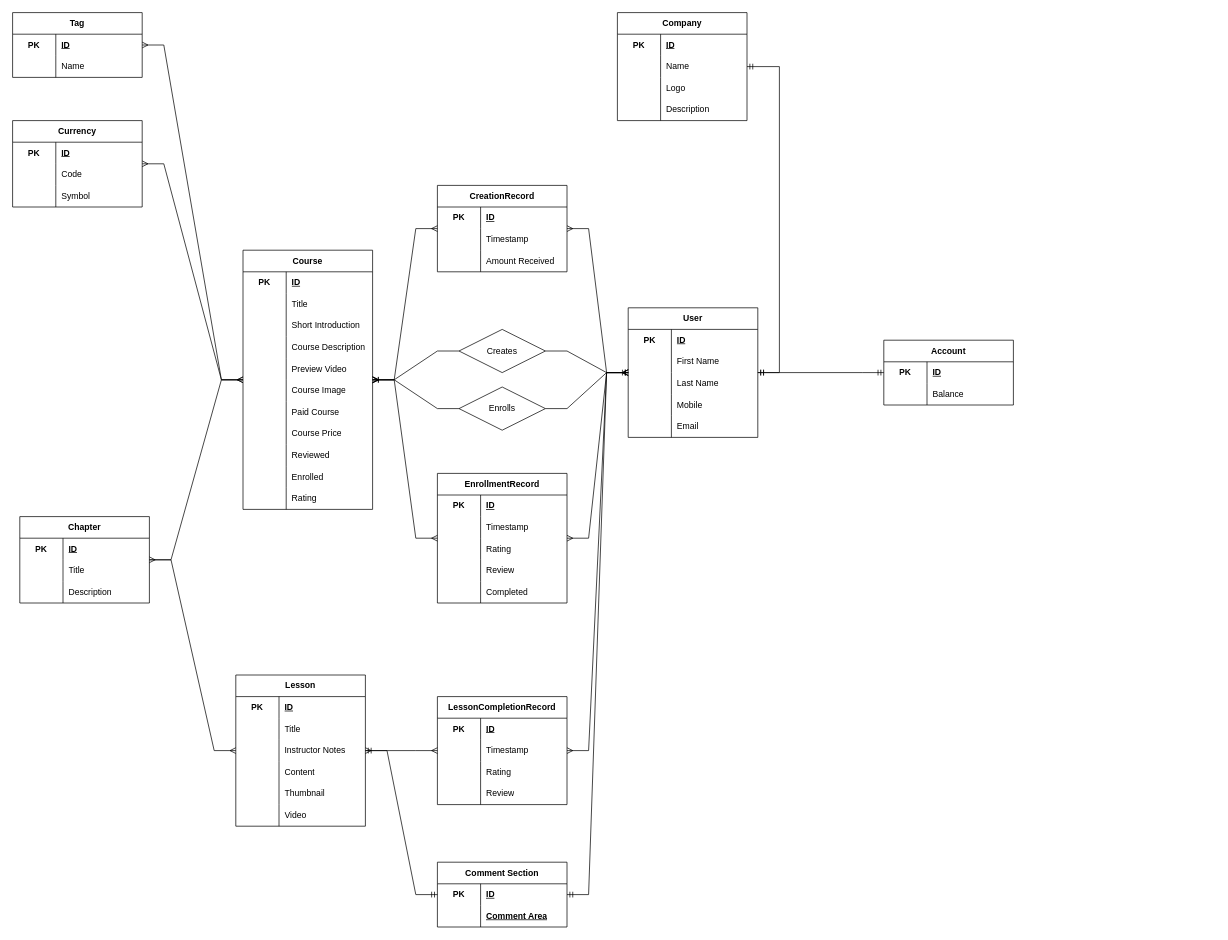
This is Khadoo ERD.drawio from TechManTejas/Draw-IO-Diagrams, a draw.io file, before an edit. Source tidied: cells renumbered, new cells numbered last; positions are measured from the earlier drawing's top-left corner, leaving out a move shared by most shapes. Both pictures are drawn from the tidied source at 72%, with x=0, y=0 at pixel (12, 12).
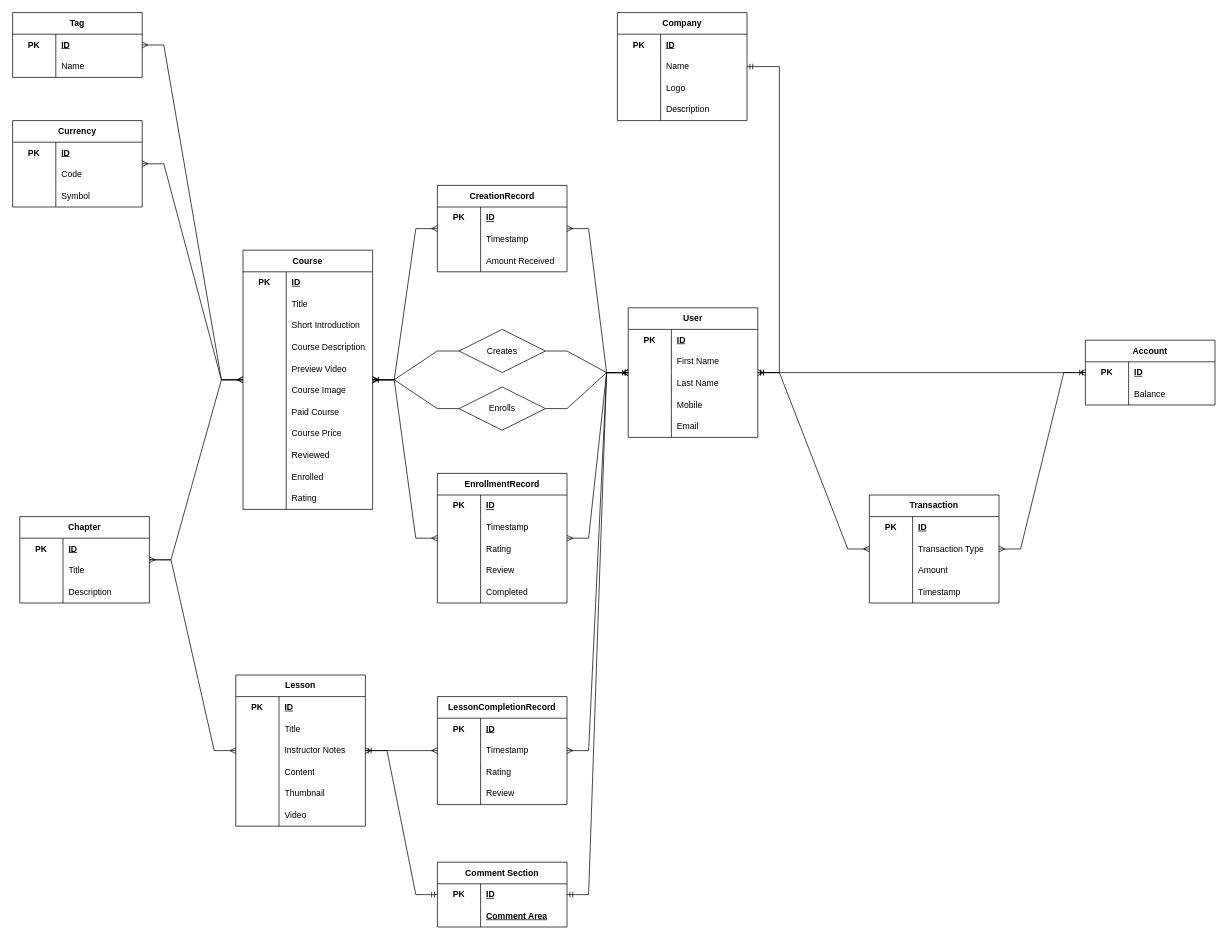
The same page after the edit.

The change refers to these unchanged cells:
```xml
<mxCell id="15" value="&lt;div&gt;User&lt;/div&gt;" style="shape=table;startSize=30;childLayout=tableLayout;rowLines=0;fontStyle=1;align=center;html=1;whiteSpace=wrap;" parent="1" vertex="1">
  <mxGeometry x="855" y="410" width="180" height="180" as="geometry" />
</mxCell>
```

What changed in the source:
```diff
@@
     <mxCell id="176" value="Account" style="shape=table;startSize=30;childLayout=tableLayout;rowLines=0;fontStyle=1;align=center;html=1;whiteSpace=wrap;swimlaneLine=1;" parent="1" vertex="1">
-      <mxGeometry x="1210" y="455" width="180" height="90" as="geometry" />
+      <mxGeometry x="1490" y="455" width="180" height="90" as="geometry" />
     </mxCell>
@@
+    <mxCell id="184" value="Transaction" style="shape=table;startSize=30;childLayout=tableLayout;rowLines=0;fontStyle=1;align=center;html=1;whiteSpace=wrap;swimlaneLine=1;" parent="1" vertex="1">
+      <mxGeometry x="1190" y="670" width="180" height="150" as="geometry" />
+    </mxCell>
+    <mxCell id="185" style="shape=tableRow;horizontal=0;startSize=0;swimlaneHead=0;swimlaneBody=0;fillColor=none;top=0;left=0;right=0;bottom=0;html=1;" parent="184" vertex="1">
+      <mxGeometry y="30" width="180" height="30" as="geometry" />
+    </mxCell>
+    <mxCell id="186" value="PK" style="shape=partialRectangle;fillColor=none;top=0;left=0;bottom=0;right=0;fontStyle=1;overflow=hidden;html=1;whiteSpace=wrap;" parent="185" vertex="1">
+      <mxGeometry width="60" height="30" as="geometry" />
+    </mxCell>
+    <mxCell id="187" value="ID" style="shape=partialRectangle;fillColor=none;top=0;left=0;bottom=0;right=0;align=left;spacingLeft=6;fontStyle=5;overflow=hidden;html=1;whiteSpace=wrap;" parent="185" vertex="1">
+      <mxGeometry x="60" width="120" height="30" as="geometry" />
+    </mxCell>
+    <mxCell id="188" style="shape=tableRow;horizontal=0;startSize=0;swimlaneHead=0;swimlaneBody=0;fillColor=none;top=0;left=0;right=0;bottom=0;html=1;" parent="184" vertex="1">
+      <mxGeometry y="60" width="180" height="30" as="geometry" />
+    </mxCell>
+    <mxCell id="189" style="shape=partialRectangle;fillColor=none;top=0;left=0;bottom=0;right=0;overflow=hidden;html=1;whiteSpace=wrap;" parent="188" vertex="1">
+      <mxGeometry width="60" height="30" as="geometry" />
+    </mxCell>
+    <mxCell id="190" value="Transaction Type" style="shape=partialRectangle;fillColor=none;top=0;left=0;bottom=0;right=0;align=left;spacingLeft=6;overflow=hidden;html=1;whiteSpace=wrap;" parent="188" vertex="1">
+      <mxGeometry x="60" width="120" height="30" as="geometry" />
+    </mxCell>
+    <mxCell id="191" style="shape=tableRow;horizontal=0;startSize=0;swimlaneHead=0;swimlaneBody=0;fillColor=none;top=0;left=0;right=0;bottom=0;html=1;" parent="184" vertex="1">
+      <mxGeometry y="90" width="180" height="30" as="geometry" />
+    </mxCell>
+    <mxCell id="192" style="shape=partialRectangle;fillColor=none;top=0;left=0;bottom=0;right=0;overflow=hidden;html=1;whiteSpace=wrap;" parent="191" vertex="1">
+      <mxGeometry width="60" height="30" as="geometry" />
+    </mxCell>
+    <mxCell id="193" value="Amount" style="shape=partialRectangle;fillColor=none;top=0;left=0;bottom=0;right=0;align=left;spacingLeft=6;overflow=hidden;html=1;whiteSpace=wrap;" parent="191" vertex="1">
+      <mxGeometry x="60" width="120" height="30" as="geometry" />
+    </mxCell>
+    <mxCell id="194" style="shape=tableRow;horizontal=0;startSize=0;swimlaneHead=0;swimlaneBody=0;fillColor=none;top=0;left=0;right=0;bottom=0;html=1;" parent="184" vertex="1">
+      <mxGeometry y="120" width="180" height="30" as="geometry" />
+    </mxCell>
+    <mxCell id="195" style="shape=partialRectangle;fillColor=none;top=0;left=0;bottom=0;right=0;overflow=hidden;html=1;whiteSpace=wrap;" parent="194" vertex="1">
+      <mxGeometry width="60" height="30" as="geometry" />
+    </mxCell>
+    <mxCell id="196" value="&lt;div&gt;Timestamp&lt;/div&gt;" style="shape=partialRectangle;fillColor=none;top=0;left=0;bottom=0;right=0;align=left;spacingLeft=6;overflow=hidden;html=1;whiteSpace=wrap;" parent="194" vertex="1">
+      <mxGeometry x="60" width="120" height="30" as="geometry" />
+    </mxCell>
+    <mxCell id="197" style="edgeStyle=entityRelationEdgeStyle;fontSize=12;html=1;endArrow=ERmany;startArrow=ERmany;rounded=0;" parent="1" edge="1" source="184" target="176">
+      <mxGeometry relative="1" as="geometry" />
+    </mxCell>
+    <mxCell id="198" style="edgeStyle=entityRelationEdgeStyle;fontSize=12;html=1;endArrow=ERmany;startArrow=ERmany;rounded=0;" parent="1" edge="1" source="184" target="15">
+      <mxGeometry relative="1" as="geometry" />
+    </mxCell>
```
